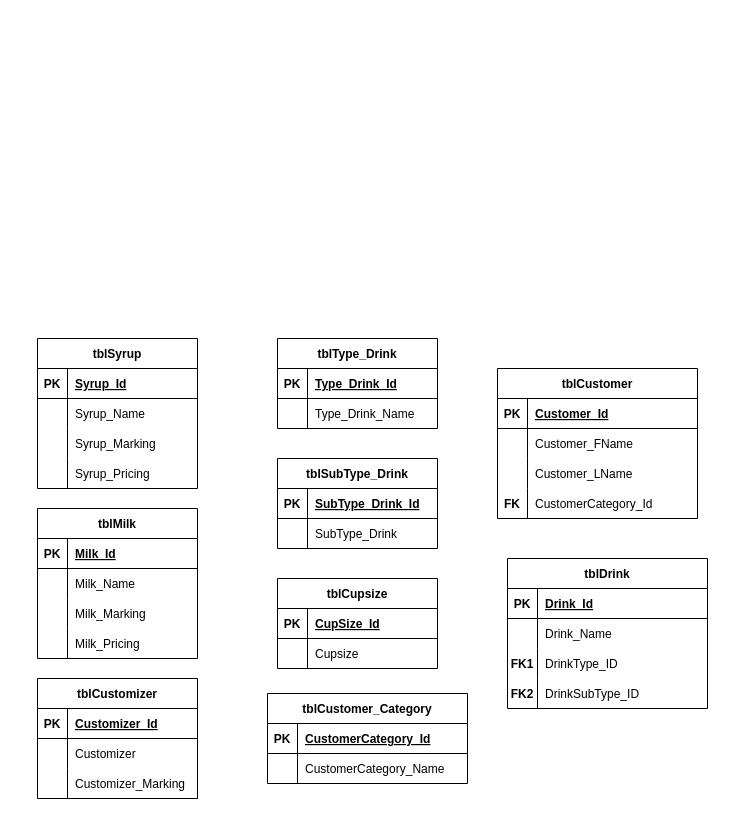
Above: ERD Draft.drawio in SamanAteeq/SQL-Database-Development (draw.io), before the change. Source tidied: cells renumbered, new cells numbered last; positions are measured from the earlier drawing's top-left corner, leaving out a move shared by most shapes. Both pictures are drawn from the tidied source at 100%, with x=0, y=0 at pixel (37, 338).
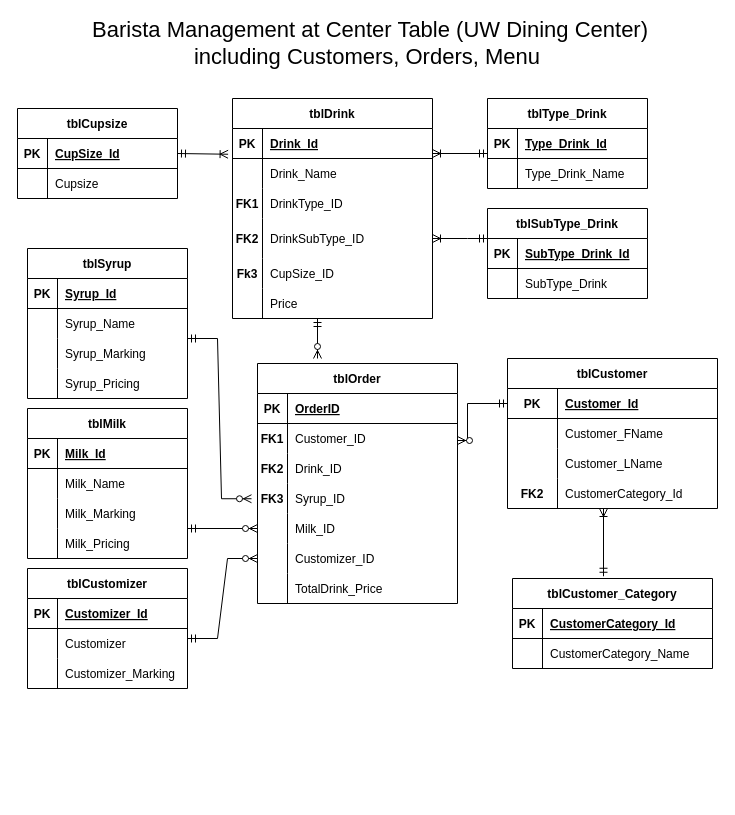
The same diagram, later.

The change refers to these unchanged cells:
```xml
<mxCell id="53" style="shape=tableRow;horizontal=0;startSize=0;swimlaneHead=0;swimlaneBody=0;fillColor=none;points=[[0,0.5],[1,0.5]];portConstraint=eastwest;top=0;left=0;right=0;bottom=1;" parent="52" vertex="1">
  <mxGeometry y="30" width="160" height="30" as="geometry" />
</mxCell>
<mxCell id="83" style="shape=tableRow;horizontal=0;startSize=0;swimlaneHead=0;swimlaneBody=0;fillColor=none;points=[[0,0.5],[1,0.5]];portConstraint=eastwest;top=0;left=0;right=0;bottom=0;" parent="79" vertex="1">
  <mxGeometry y="60" width="200" height="30" as="geometry" />
</mxCell>
```

What changed in the source:
```diff
@@
     <mxCell id="2" value="tblSyrup" style="shape=table;startSize=30;childLayout=tableLayout;rowLines=0;fontStyle=1;align=center;" parent="1" vertex="1">
-      <mxGeometry width="160" height="150" as="geometry" />
+      <mxGeometry x="-10" y="-90" width="160" height="150" as="geometry" />
     </mxCell>
@@
     <mxCell id="15" value="tblMilk" style="shape=table;startSize=30;childLayout=tableLayout;rowLines=0;fontStyle=1;align=center;" parent="1" vertex="1">
-      <mxGeometry y="170" width="160" height="150" as="geometry" />
+      <mxGeometry x="-10" y="70" width="160" height="150" as="geometry" />
     </mxCell>
@@
     <mxCell id="28" value="tblCustomizer" style="shape=table;startSize=30;childLayout=tableLayout;rowLines=0;fontStyle=1;align=center;" parent="1" vertex="1">
-      <mxGeometry y="340" width="160" height="120" as="geometry" />
+      <mxGeometry x="-10" y="230" width="160" height="120" as="geometry" />
     </mxCell>
@@
     <mxCell id="38" value="tblType_Drink" style="shape=table;startSize=30;childLayout=tableLayout;rowLines=0;fontStyle=1;align=center;" parent="1" vertex="1">
-      <mxGeometry x="240" width="160" height="90" as="geometry" />
+      <mxGeometry x="450" y="-240" width="160" height="90" as="geometry" />
     </mxCell>
@@
     <mxCell id="45" value="tblSubType_Drink" style="shape=table;startSize=30;childLayout=tableLayout;rowLines=0;fontStyle=1;align=center;" parent="1" vertex="1">
-      <mxGeometry x="240" y="120" width="160" height="90" as="geometry" />
+      <mxGeometry x="450" y="-130" width="160" height="90" as="geometry" />
     </mxCell>
@@
     <mxCell id="52" value="tblCupsize" style="shape=table;startSize=30;childLayout=tableLayout;rowLines=0;fontStyle=1;align=center;" parent="1" vertex="1">
-      <mxGeometry x="240" y="240" width="160" height="90" as="geometry" />
+      <mxGeometry x="-20" y="-230" width="160" height="90" as="geometry" />
     </mxCell>
@@
     <mxCell id="59" value="tblCustomer_Category" style="shape=table;startSize=30;childLayout=tableLayout;rowLines=0;fontStyle=1;align=center;" parent="1" vertex="1">
-      <mxGeometry x="230" y="355" width="200" height="90" as="geometry" />
+      <mxGeometry x="475" y="240" width="200" height="90" as="geometry" />
     </mxCell>
@@
     <mxCell id="66" value="tblCustomer" style="shape=table;startSize=30;childLayout=tableLayout;rowLines=0;fontStyle=1;align=center;" parent="1" vertex="1">
-      <mxGeometry x="460" y="30" width="200" height="150" as="geometry" />
+      <mxGeometry x="470" y="20" width="210" height="150" as="geometry" />
     </mxCell>
     <mxCell id="67" style="shape=tableRow;horizontal=0;startSize=0;swimlaneHead=0;swimlaneBody=0;fillColor=none;points=[[0,0.5],[1,0.5]];portConstraint=eastwest;top=0;left=0;right=0;bottom=1;" parent="66" vertex="1">
-      <mxGeometry y="30" width="200" height="30" as="geometry" />
+      <mxGeometry y="30" width="210" height="30" as="geometry" />
     </mxCell>
     <mxCell id="68" value="PK" style="shape=partialRectangle;fillColor=none;top=0;left=0;bottom=0;right=0;fontStyle=1;overflow=hidden;" parent="67" vertex="1">
-      <mxGeometry width="30" height="30" as="geometry" />
+      <mxGeometry width="50" height="30" as="geometry" />
     </mxCell>
     <mxCell id="69" value="Customer_Id" style="shape=partialRectangle;fillColor=none;top=0;left=0;bottom=0;right=0;align=left;spacingLeft=6;fontStyle=5;overflow=hidden;" parent="67" vertex="1">
-      <mxGeometry x="30" width="170" height="30" as="geometry" />
+      <mxGeometry x="50" width="160" height="30" as="geometry" />
     </mxCell>
     <mxCell id="70" style="shape=tableRow;horizontal=0;startSize=0;swimlaneHead=0;swimlaneBody=0;fillColor=none;top=0;left=0;right=0;bottom=0;" parent="66" vertex="1">
-      <mxGeometry y="60" width="200" height="30" as="geometry" />
+      <mxGeometry y="60" width="210" height="30" as="geometry" />
     </mxCell>
     <mxCell id="71" style="shape=partialRectangle;fillColor=none;top=0;left=0;bottom=0;right=0;overflow=hidden;" parent="70" vertex="1">
-      <mxGeometry width="30" height="30" as="geometry" />
+      <mxGeometry width="50" height="30" as="geometry" />
     </mxCell>
     <mxCell id="72" value="Customer_FName" style="shape=partialRectangle;fillColor=none;top=0;left=0;bottom=0;right=0;align=left;spacingLeft=6;overflow=hidden;" parent="70" vertex="1">
-      <mxGeometry x="30" width="170" height="30" as="geometry" />
+      <mxGeometry x="50" width="160" height="30" as="geometry" />
     </mxCell>
     <mxCell id="73" style="shape=tableRow;horizontal=0;startSize=0;swimlaneHead=0;swimlaneBody=0;fillColor=none;top=0;left=0;right=0;bottom=0;" parent="66" vertex="1">
-      <mxGeometry y="90" width="200" height="30" as="geometry" />
+      <mxGeometry y="90" width="210" height="30" as="geometry" />
     </mxCell>
     <mxCell id="74" style="shape=partialRectangle;fillColor=none;top=0;left=0;bottom=0;right=0;overflow=hidden;" parent="73" vertex="1">
-      <mxGeometry width="30" height="30" as="geometry" />
+      <mxGeometry width="50" height="30" as="geometry" />
     </mxCell>
     <mxCell id="75" value="Customer_LName" style="shape=partialRectangle;fillColor=none;top=0;left=0;bottom=0;right=0;align=left;spacingLeft=6;overflow=hidden;" parent="73" vertex="1">
-      <mxGeometry x="30" width="170" height="30" as="geometry" />
+      <mxGeometry x="50" width="160" height="30" as="geometry" />
     </mxCell>
     <mxCell id="76" style="shape=tableRow;horizontal=0;startSize=0;swimlaneHead=0;swimlaneBody=0;fillColor=none;top=0;left=0;right=0;bottom=0;" parent="66" vertex="1">
-      <mxGeometry y="120" width="200" height="30" as="geometry" />
+      <mxGeometry y="120" width="210" height="30" as="geometry" />
     </mxCell>
-    <mxCell id="77" value="FK" style="shape=partialRectangle;fillColor=none;top=0;left=0;bottom=0;right=0;overflow=hidden;fontStyle=1;" parent="76" vertex="1">
-      <mxGeometry width="30" height="30" as="geometry" />
+    <mxCell id="77" value="FK2" style="shape=partialRectangle;fillColor=none;top=0;left=0;bottom=0;right=0;overflow=hidden;fontStyle=1;" parent="76" vertex="1">
+      <mxGeometry width="50" height="30" as="geometry" />
     </mxCell>
     <mxCell id="78" value="CustomerCategory_Id" style="shape=partialRectangle;fillColor=none;top=0;left=0;bottom=0;right=0;align=left;spacingLeft=6;overflow=hidden;" parent="76" vertex="1">
-      <mxGeometry x="30" width="170" height="30" as="geometry" />
+      <mxGeometry x="50" width="160" height="30" as="geometry" />
     </mxCell>
     <mxCell id="79" value="tblDrink" style="shape=table;startSize=30;childLayout=tableLayout;rowLines=0;fontStyle=1;align=center;" parent="1" vertex="1">
-      <mxGeometry x="470" y="220" width="200" height="150" as="geometry" />
+      <mxGeometry x="195" y="-240" width="200" height="220" as="geometry" />
     </mxCell>
@@
     <mxCell id="89" style="shape=tableRow;horizontal=0;startSize=0;swimlaneHead=0;swimlaneBody=0;fillColor=none;points=[[0,0.5],[1,0.5]];portConstraint=eastwest;top=0;left=0;right=0;bottom=0;" parent="79" vertex="1">
-      <mxGeometry y="120" width="200" height="30" as="geometry" />
+      <mxGeometry y="120" width="200" height="40" as="geometry" />
     </mxCell>
     <mxCell id="90" value="FK2" style="shape=partialRectangle;fillColor=none;top=0;left=0;bottom=0;right=0;overflow=hidden;fontStyle=1;" parent="89" vertex="1">
-      <mxGeometry width="30" height="30" as="geometry" />
+      <mxGeometry width="30" height="40" as="geometry" />
     </mxCell>
     <mxCell id="91" value="DrinkSubType_ID" style="shape=partialRectangle;fillColor=none;top=0;left=0;bottom=0;right=0;align=left;spacingLeft=6;overflow=hidden;" parent="89" vertex="1">
-      <mxGeometry x="30" width="170" height="30" as="geometry" />
+      <mxGeometry x="30" width="170" height="40" as="geometry" />
     </mxCell>
+    <mxCell id="92" style="shape=tableRow;horizontal=0;startSize=0;swimlaneHead=0;swimlaneBody=0;fillColor=none;top=0;left=0;right=0;bottom=0;" parent="79" vertex="1">
+      <mxGeometry y="160" width="200" height="30" as="geometry" />
+    </mxCell>
+    <mxCell id="93" value="Fk3" style="shape=partialRectangle;fillColor=none;top=0;left=0;bottom=0;right=0;overflow=hidden;fontStyle=1;" parent="92" vertex="1">
+      <mxGeometry width="30" height="30" as="geometry" />
+    </mxCell>
+    <mxCell id="94" value="CupSize_ID" style="shape=partialRectangle;fillColor=none;top=0;left=0;bottom=0;right=0;align=left;spacingLeft=6;overflow=hidden;" parent="92" vertex="1">
+      <mxGeometry x="30" width="170" height="30" as="geometry" />
+    </mxCell>
+    <mxCell id="95" style="shape=tableRow;horizontal=0;startSize=0;swimlaneHead=0;swimlaneBody=0;fillColor=none;top=0;left=0;right=0;bottom=0;" parent="79" vertex="1">
+      <mxGeometry y="190" width="200" height="30" as="geometry" />
+    </mxCell>
+    <mxCell id="96" style="shape=partialRectangle;fillColor=none;top=0;left=0;bottom=0;right=0;overflow=hidden;fontStyle=1;" parent="95" vertex="1">
+      <mxGeometry width="30" height="30" as="geometry" />
+    </mxCell>
+    <mxCell id="97" value="Price" style="shape=partialRectangle;fillColor=none;top=0;left=0;bottom=0;right=0;align=left;spacingLeft=6;overflow=hidden;" parent="95" vertex="1">
+      <mxGeometry x="30" width="170" height="30" as="geometry" />
+    </mxCell>
+    <mxCell id="98" value="tblOrder" style="shape=table;startSize=30;childLayout=tableLayout;rowLines=0;fontStyle=1;align=center;" parent="1" vertex="1">
+      <mxGeometry x="220" y="25" width="200" height="240" as="geometry" />
+    </mxCell>
+    <mxCell id="99" style="shape=tableRow;horizontal=0;startSize=0;swimlaneHead=0;swimlaneBody=0;fillColor=none;top=0;left=0;right=0;bottom=1;" parent="98" vertex="1">
+      <mxGeometry y="30" width="200" height="30" as="geometry" />
+    </mxCell>
+    <mxCell id="100" value="PK" style="shape=partialRectangle;fillColor=none;top=0;left=0;bottom=0;right=0;fontStyle=1;overflow=hidden;" parent="99" vertex="1">
+      <mxGeometry width="30" height="30" as="geometry" />
+    </mxCell>
+    <mxCell id="101" value="OrderID" style="shape=partialRectangle;fillColor=none;top=0;left=0;bottom=0;right=0;align=left;spacingLeft=6;fontStyle=5;overflow=hidden;" parent="99" vertex="1">
+      <mxGeometry x="30" width="170" height="30" as="geometry" />
+    </mxCell>
+    <mxCell id="102" style="shape=tableRow;horizontal=0;startSize=0;swimlaneHead=0;swimlaneBody=0;fillColor=none;top=0;left=0;right=0;bottom=0;" parent="98" vertex="1">
+      <mxGeometry y="60" width="200" height="30" as="geometry" />
+    </mxCell>
+    <mxCell id="103" value="FK1" style="shape=partialRectangle;fillColor=none;top=0;left=0;bottom=0;right=0;overflow=hidden;fontStyle=1;" parent="102" vertex="1">
+      <mxGeometry width="30" height="30" as="geometry" />
+    </mxCell>
+    <mxCell id="104" value="Customer_ID" style="shape=partialRectangle;fillColor=none;top=0;left=0;bottom=0;right=0;align=left;spacingLeft=6;overflow=hidden;" parent="102" vertex="1">
+      <mxGeometry x="30" width="170" height="30" as="geometry" />
+    </mxCell>
+    <mxCell id="105" style="shape=tableRow;horizontal=0;startSize=0;swimlaneHead=0;swimlaneBody=0;fillColor=none;top=0;left=0;right=0;bottom=0;" parent="98" vertex="1">
+      <mxGeometry y="90" width="200" height="30" as="geometry" />
+    </mxCell>
+    <mxCell id="106" value="FK2" style="shape=partialRectangle;fillColor=none;top=0;left=0;bottom=0;right=0;overflow=hidden;fontStyle=1;" parent="105" vertex="1">
+      <mxGeometry width="30" height="30" as="geometry" />
+    </mxCell>
+    <mxCell id="107" value="Drink_ID" style="shape=partialRectangle;fillColor=none;top=0;left=0;bottom=0;right=0;align=left;spacingLeft=6;overflow=hidden;" parent="105" vertex="1">
+      <mxGeometry x="30" width="170" height="30" as="geometry" />
+    </mxCell>
+    <mxCell id="108" style="shape=tableRow;horizontal=0;startSize=0;swimlaneHead=0;swimlaneBody=0;fillColor=none;points=[[0,0.5],[1,0.5]];portConstraint=eastwest;top=0;left=0;right=0;bottom=0;" parent="98" vertex="1">
+      <mxGeometry y="120" width="200" height="30" as="geometry" />
+    </mxCell>
+    <mxCell id="109" value="FK3" style="shape=partialRectangle;fillColor=none;top=0;left=0;bottom=0;right=0;overflow=hidden;fontStyle=1;" parent="108" vertex="1">
+      <mxGeometry width="30" height="30" as="geometry" />
+    </mxCell>
+    <mxCell id="110" value="Syrup_ID" style="shape=partialRectangle;fillColor=none;top=0;left=0;bottom=0;right=0;align=left;spacingLeft=6;overflow=hidden;" parent="108" vertex="1">
+      <mxGeometry x="30" width="170" height="30" as="geometry" />
+    </mxCell>
+    <mxCell id="111" style="shape=tableRow;horizontal=0;startSize=0;swimlaneHead=0;swimlaneBody=0;fillColor=none;points=[[0,0.5],[1,0.5]];portConstraint=eastwest;top=0;left=0;right=0;bottom=0;" parent="98" vertex="1">
+      <mxGeometry y="150" width="200" height="30" as="geometry" />
+    </mxCell>
+    <mxCell id="112" style="shape=partialRectangle;fillColor=none;top=0;left=0;bottom=0;right=0;overflow=hidden;fontStyle=1;" parent="111" vertex="1">
+      <mxGeometry width="30" height="30" as="geometry" />
+    </mxCell>
+    <mxCell id="113" value="Milk_ID" style="shape=partialRectangle;fillColor=none;top=0;left=0;bottom=0;right=0;align=left;spacingLeft=6;overflow=hidden;" parent="111" vertex="1">
+      <mxGeometry x="30" width="170" height="30" as="geometry" />
+    </mxCell>
+    <mxCell id="114" style="shape=tableRow;horizontal=0;startSize=0;swimlaneHead=0;swimlaneBody=0;fillColor=none;top=0;left=0;right=0;bottom=0;" parent="98" vertex="1">
+      <mxGeometry y="180" width="200" height="30" as="geometry" />
+    </mxCell>
+    <mxCell id="115" style="shape=partialRectangle;fillColor=none;top=0;left=0;bottom=0;right=0;overflow=hidden;fontStyle=1;" parent="114" vertex="1">
+      <mxGeometry width="30" height="30" as="geometry" />
+    </mxCell>
+    <mxCell id="116" value="Customizer_ID" style="shape=partialRectangle;fillColor=none;top=0;left=0;bottom=0;right=0;align=left;spacingLeft=6;overflow=hidden;" parent="114" vertex="1">
+      <mxGeometry x="30" width="170" height="30" as="geometry" />
+    </mxCell>
+    <mxCell id="117" style="shape=tableRow;horizontal=0;startSize=0;swimlaneHead=0;swimlaneBody=0;fillColor=none;top=0;left=0;right=0;bottom=0;" parent="98" vertex="1">
+      <mxGeometry y="210" width="200" height="30" as="geometry" />
+    </mxCell>
+    <mxCell id="118" style="shape=partialRectangle;fillColor=none;top=0;left=0;bottom=0;right=0;overflow=hidden;fontStyle=1;" parent="117" vertex="1">
+      <mxGeometry width="30" height="30" as="geometry" />
+    </mxCell>
+    <mxCell id="119" value="TotalDrink_Price" style="shape=partialRectangle;fillColor=none;top=0;left=0;bottom=0;right=0;align=left;spacingLeft=6;overflow=hidden;" parent="117" vertex="1">
+      <mxGeometry x="30" width="170" height="30" as="geometry" />
+    </mxCell>
+    <mxCell id="120" style="fontSize=12;html=1;endArrow=ERoneToMany;startArrow=ERmandOne;rounded=0;exitX=0.455;exitY=-0.025;exitDx=0;exitDy=0;exitPerimeter=0;" parent="1" edge="1" source="59">
+      <mxGeometry relative="1" as="geometry">
+        <mxPoint x="566" y="170" as="targetPoint" />
+      </mxGeometry>
+    </mxCell>
+    <mxCell id="121" style="fontSize=12;html=1;endArrow=ERoneToMany;startArrow=ERmandOne;rounded=0;exitX=1;exitY=0.5;exitDx=0;exitDy=0;entryX=-0.022;entryY=-0.142;entryDx=0;entryDy=0;entryPerimeter=0;" parent="1" edge="1" source="53" target="83">
+      <mxGeometry relative="1" as="geometry" />
+    </mxCell>
+    <mxCell id="122" style="fontSize=12;html=1;endArrow=ERoneToMany;startArrow=ERmandOne;rounded=0;entryX=1;entryY=0.25;entryDx=0;entryDy=0;" parent="1" edge="1" target="79">
+      <mxGeometry relative="1" as="geometry">
+        <mxPoint x="450" y="-185" as="sourcePoint" />
+      </mxGeometry>
+    </mxCell>
+    <mxCell id="123" style="fontSize=12;html=1;endArrow=ERoneToMany;startArrow=ERmandOne;rounded=0;entryX=1;entryY=0.5;entryDx=0;entryDy=0;" parent="1" edge="1" target="89">
+      <mxGeometry relative="1" as="geometry">
+        <mxPoint x="450" y="-100" as="sourcePoint" />
+        <Array as="points">
+          <mxPoint x="430" y="-100" />
+        </Array>
+      </mxGeometry>
+    </mxCell>
+    <mxCell id="124" style="fontSize=12;html=1;endArrow=ERzeroToMany;startArrow=ERmandOne;rounded=0;entryX=0;entryY=0.5;entryDx=0;entryDy=0;" parent="1" edge="1" target="111">
+      <mxGeometry relative="1" as="geometry">
+        <mxPoint x="150" y="190" as="sourcePoint" />
+      </mxGeometry>
+    </mxCell>
+    <mxCell id="125" style="edgeStyle=entityRelationEdgeStyle;fontSize=12;html=1;endArrow=ERzeroToMany;startArrow=ERmandOne;rounded=0;" parent="1" edge="1">
+      <mxGeometry relative="1" as="geometry">
+        <mxPoint x="150" y="300" as="sourcePoint" />
+        <mxPoint x="220" y="220" as="targetPoint" />
+      </mxGeometry>
+    </mxCell>
+    <mxCell id="126" style="fontSize=12;html=1;endArrow=ERzeroToMany;startArrow=ERmandOne;rounded=0;exitX=0;exitY=0.5;exitDx=0;exitDy=0;edgeStyle=orthogonalEdgeStyle;" parent="1" edge="1" source="67">
+      <mxGeometry relative="1" as="geometry">
+        <mxPoint x="420" y="102" as="targetPoint" />
+        <Array as="points">
+          <mxPoint x="430" y="65" />
+          <mxPoint x="430" y="102" />
+        </Array>
+      </mxGeometry>
+    </mxCell>
+    <mxCell id="127" style="fontSize=12;html=1;endArrow=ERzeroToMany;startArrow=ERmandOne;rounded=0;" parent="1" edge="1">
+      <mxGeometry relative="1" as="geometry">
+        <mxPoint x="280" y="-20" as="sourcePoint" />
+        <mxPoint x="280" y="20" as="targetPoint" />
+      </mxGeometry>
+    </mxCell>
+    <mxCell id="128" style="edgeStyle=entityRelationEdgeStyle;fontSize=12;html=1;endArrow=ERzeroToMany;startArrow=ERmandOne;rounded=0;entryX=-0.03;entryY=0.508;entryDx=0;entryDy=0;entryPerimeter=0;" parent="1" edge="1" target="108">
+      <mxGeometry relative="1" as="geometry">
+        <mxPoint x="150" as="sourcePoint" />
+      </mxGeometry>
+    </mxCell>
+    <mxCell id="129" value="&lt;font style=&quot;font-size: 22px&quot;&gt;&amp;nbsp;Barista Management at Center Table (UW Dining Center)&lt;br&gt;including Customers, Orders, Menu&lt;/font&gt;" style="text;html=1;strokeColor=none;fillColor=none;align=center;verticalAlign=middle;whiteSpace=wrap;rounded=0;" parent="1" vertex="1">
+      <mxGeometry x="30" y="-310" width="600" height="30" as="geometry" />
+    </mxCell>
```
